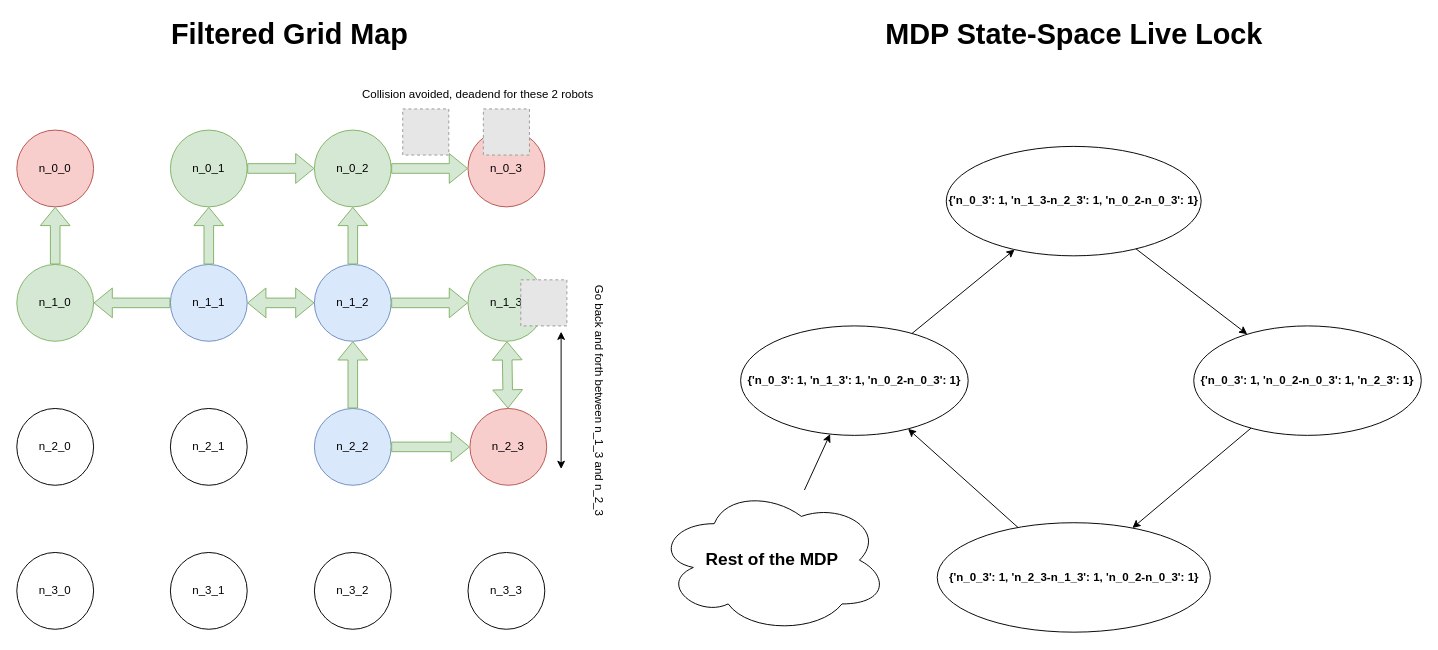
YifengWei1999/4YP_diagrams keeps this draw.io diagram as 4x4_topo_map.drawio. Above is the earlier version. Source tidied: cells renumbered, new cells numbered last; positions are measured from the earlier drawing's top-left corner, leaving out a move shared by most shapes. Both pictures are drawn from the tidied source at 96%, with x=0, y=0 at pixel (16, 21). Pictures stored in the file or linked from it are replaced by grey dashed boxes.
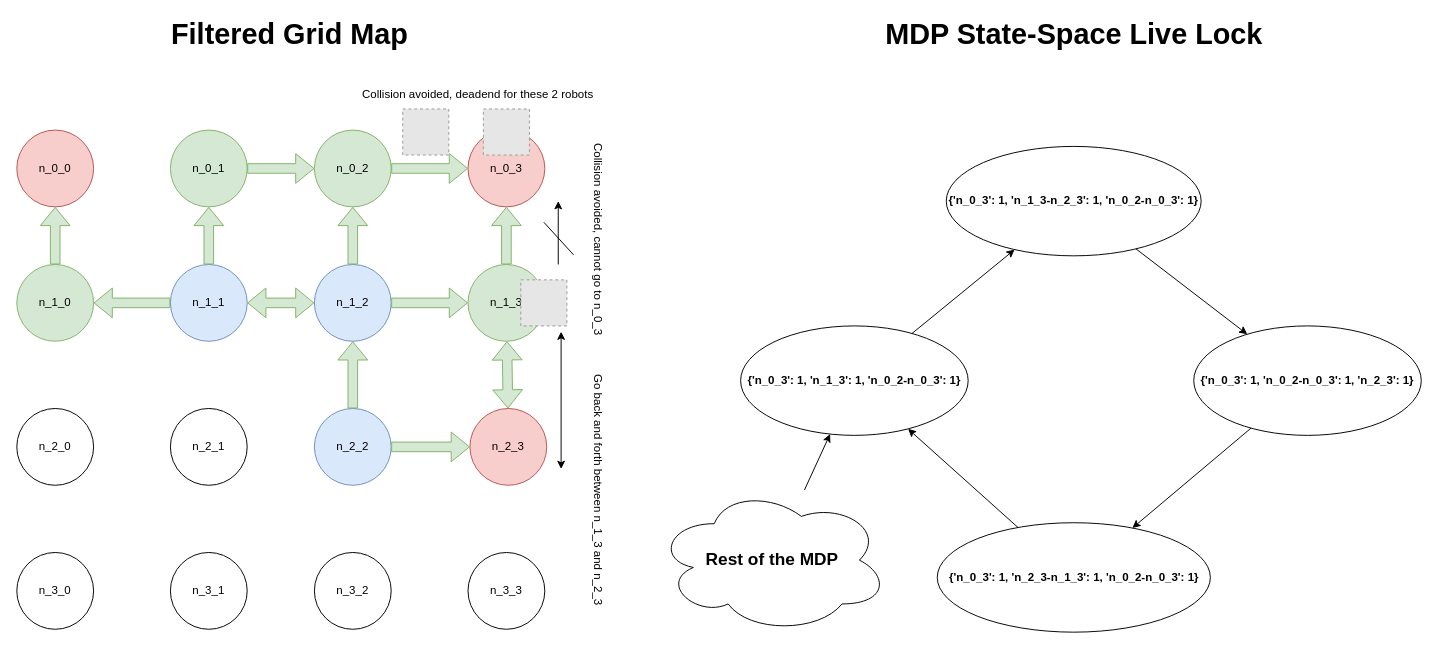
After the change.

The change refers to these unchanged cells:
```xml
<mxCell id="8" value="n_0_3" style="ellipse;whiteSpace=wrap;html=1;fillColor=#f8cecc;strokeColor=#b85450;" parent="1" vertex="1">
  <mxGeometry x="470" y="113" width="80" height="80" as="geometry" />
</mxCell>
<mxCell id="11" value="n_1_3" style="ellipse;whiteSpace=wrap;html=1;fillColor=#d5e8d4;strokeColor=#82b366;" parent="1" vertex="1">
  <mxGeometry x="470" y="253" width="80" height="80" as="geometry" />
</mxCell>
```

Diff of the diagram source:
```diff
@@
     <mxCell id="42" value="Go back and forth between n_1_3 and n_2_3" style="text;html=1;align=center;verticalAlign=middle;strokeColor=none;rotation=90;" parent="1" vertex="1">
-      <mxGeometry x="481" y="385" width="251" height="18" as="geometry" />
+      <mxGeometry x="480" y="478" width="251" height="18" as="geometry" />
     </mxCell>
@@
+    <mxCell id="47" style="shape=flexArrow;endArrow=classic;html=1;fillColor=#d5e8d4;strokeColor=#82b366;" parent="1" edge="1" source="11" target="8">
+      <mxGeometry relative="1" as="geometry" />
+    </mxCell>
+    <mxCell id="48" value="Collision avoided, cannot go to n_0_3" style="text;html=1;align=center;verticalAlign=middle;strokeColor=none;rotation=90;" parent="1" vertex="1">
+      <mxGeometry x="500.5" y="217" width="210" height="18" as="geometry" />
+    </mxCell>
+    <mxCell id="49" style="endArrow=classic;html=1;" parent="1" edge="1">
+      <mxGeometry relative="1" as="geometry">
+        <mxPoint x="564" y="253" as="sourcePoint" />
+        <mxPoint x="564" y="187" as="targetPoint" />
+      </mxGeometry>
+    </mxCell>
+    <mxCell id="50" style="endArrow=none;html=1;" parent="1" edge="1">
+      <mxGeometry relative="1" as="geometry">
+        <mxPoint x="549" y="209" as="sourcePoint" />
+        <mxPoint x="580" y="243" as="targetPoint" />
+      </mxGeometry>
+    </mxCell>
```
